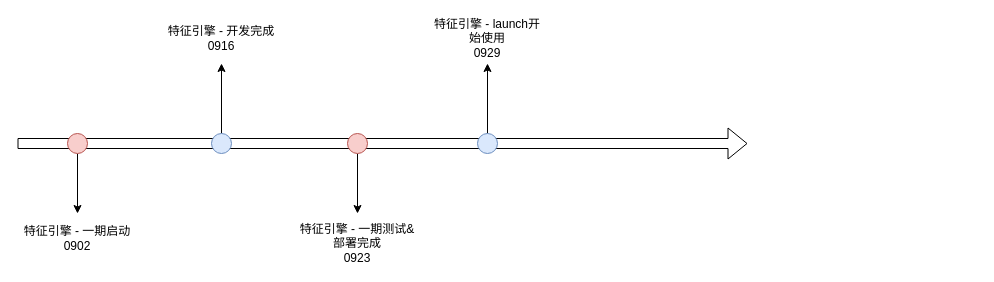
The draw.io diagram feature_time_flow.drawio in learn2Pro/draw_io_save, before the edit. Source tidied: cells renumbered, new cells numbered last; positions are measured from the earlier drawing's top-left corner, leaving out a move shared by most shapes. Both pictures are drawn from the tidied source at 100%, with x=0, y=0 at pixel (17, 23).
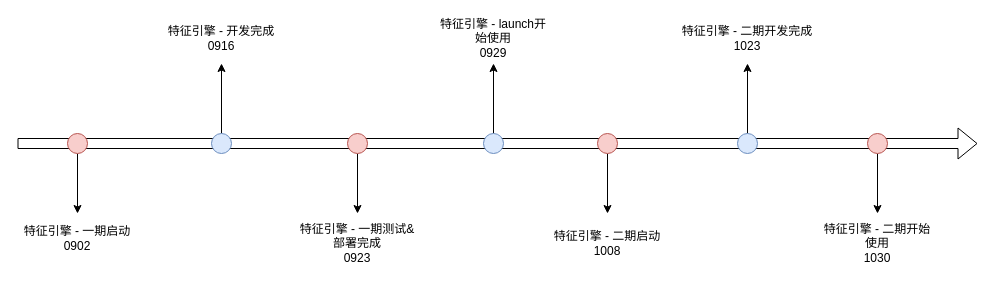
Above is the later version.

Diff of the diagram source:
```diff
@@
     <mxCell id="2" style="shape=flexArrow;endArrow=classic;html=1;" parent="1" edge="1">
       <mxGeometry relative="1" as="geometry">
         <mxPoint y="120" as="sourcePoint" />
-        <mxPoint x="730" y="120" as="targetPoint" />
+        <mxPoint x="960" y="120" as="targetPoint" />
       </mxGeometry>
     </mxCell>
@@
     <mxCell id="18" style="group;" parent="1" vertex="1">
-      <mxGeometry x="410" width="120" height="130" as="geometry" />
+      <mxGeometry x="416" width="120" height="130" as="geometry" />
     </mxCell>
@@
+    <mxCell id="23" style="group;" parent="1" vertex="1">
+      <mxGeometry x="530" y="110" width="120" height="130" as="geometry" />
+    </mxCell>
+    <mxCell id="24" style="endArrow=classic;html=1;" parent="23" edge="1" source="25">
+      <mxGeometry relative="1" as="geometry">
+        <mxPoint x="60" y="80" as="targetPoint" />
+      </mxGeometry>
+    </mxCell>
+    <mxCell id="25" style="ellipse;whiteSpace=wrap;html=1;fillColor=#f8cecc;strokeColor=#b85450;" parent="23" vertex="1">
+      <mxGeometry x="50" width="20" height="20" as="geometry" />
+    </mxCell>
+    <mxCell id="26" style="endArrow=classic;html=1;" parent="23" edge="1" target="25">
+      <mxGeometry relative="1" as="geometry">
+        <mxPoint x="60" y="10" as="sourcePoint" />
+      </mxGeometry>
+    </mxCell>
+    <mxCell id="27" value="特征引擎 - 二期启动&lt;br&gt;1008" style="text;html=1;strokeColor=none;fillColor=none;align=center;verticalAlign=middle;whiteSpace=wrap;rounded=0;" parent="23" vertex="1">
+      <mxGeometry y="90" width="120" height="40" as="geometry" />
+    </mxCell>
+    <mxCell id="28" style="group;" parent="1" vertex="1">
+      <mxGeometry x="670" width="150" height="130" as="geometry" />
+    </mxCell>
+    <mxCell id="29" style="endArrow=classic;html=1;exitX=0.5;exitY=0;exitDx=0;exitDy=0;" parent="28" edge="1" source="30">
+      <mxGeometry relative="1" as="geometry">
+        <mxPoint x="60" y="40" as="targetPoint" />
+      </mxGeometry>
+    </mxCell>
+    <mxCell id="30" style="ellipse;whiteSpace=wrap;html=1;fillColor=#dae8fc;strokeColor=#6c8ebf;" parent="28" vertex="1">
+      <mxGeometry x="50" y="110" width="20" height="20" as="geometry" />
+    </mxCell>
+    <mxCell id="31" style="endArrow=classic;html=1;" parent="28" edge="1" target="30">
+      <mxGeometry relative="1" as="geometry">
+        <mxPoint x="60" y="120" as="sourcePoint" />
+      </mxGeometry>
+    </mxCell>
+    <mxCell id="32" value="特征引擎 - 二期开发完成&lt;br&gt;1023" style="text;html=1;strokeColor=none;fillColor=none;align=center;verticalAlign=middle;whiteSpace=wrap;rounded=0;" parent="28" vertex="1">
+      <mxGeometry x="-15" width="150" height="30" as="geometry" />
+    </mxCell>
+    <mxCell id="33" style="group;" parent="1" vertex="1">
+      <mxGeometry x="800" y="110" width="120" height="130" as="geometry" />
+    </mxCell>
+    <mxCell id="34" style="endArrow=classic;html=1;" parent="33" edge="1" source="35">
+      <mxGeometry relative="1" as="geometry">
+        <mxPoint x="60" y="80" as="targetPoint" />
+      </mxGeometry>
+    </mxCell>
+    <mxCell id="35" style="ellipse;whiteSpace=wrap;html=1;fillColor=#f8cecc;strokeColor=#b85450;" parent="33" vertex="1">
+      <mxGeometry x="50" width="20" height="20" as="geometry" />
+    </mxCell>
+    <mxCell id="36" style="endArrow=classic;html=1;" parent="33" edge="1" target="35">
+      <mxGeometry relative="1" as="geometry">
+        <mxPoint x="60" y="10" as="sourcePoint" />
+      </mxGeometry>
+    </mxCell>
+    <mxCell id="37" value="特征引擎 - 二期开始使用&lt;br&gt;1030" style="text;html=1;strokeColor=none;fillColor=none;align=center;verticalAlign=middle;whiteSpace=wrap;rounded=0;" parent="33" vertex="1">
+      <mxGeometry y="90" width="120" height="40" as="geometry" />
+    </mxCell>
```
